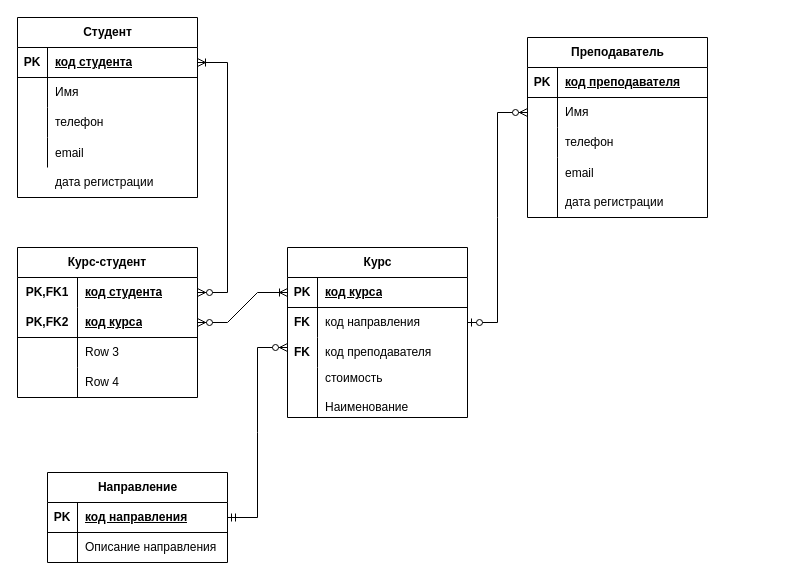
Before: components/Final - core data layer.drawio in vgnevyshev/dwh, a draw.io diagram. Source tidied: cells renumbered, new cells numbered last; positions are measured from the earlier drawing's top-left corner, leaving out a move shared by most shapes. Both pictures are drawn from the tidied source at 100%, with x=0, y=0 at pixel (17, 17).
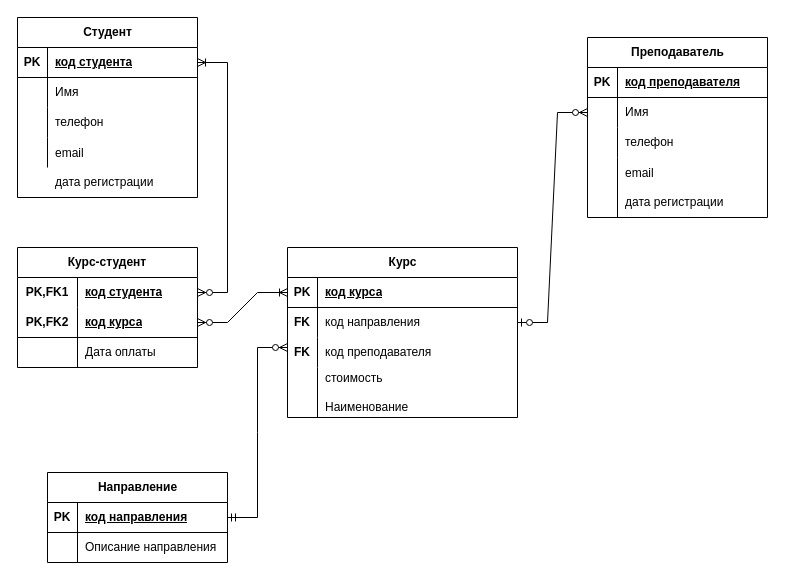
Above is the later version.

The change refers to these unchanged cells:
```xml
<mxCell id="56" style="shape=tableRow;horizontal=0;startSize=0;swimlaneHead=0;swimlaneBody=0;fillColor=none;top=0;left=0;right=0;bottom=0;html=1;" parent="49" vertex="1">
  <mxGeometry y="90" width="180" height="30" as="geometry" />
</mxCell>
```

The edit, as a diff of the source:
```diff
@@
     <mxCell id="15" value="Преподаватель" style="shape=table;startSize=30;childLayout=tableLayout;rowLines=0;fontStyle=1;align=center;html=1;" parent="1" vertex="1">
-      <mxGeometry x="510" y="20" width="180" height="180" as="geometry" />
+      <mxGeometry x="570" y="20" width="180" height="180" as="geometry" />
     </mxCell>
@@
     <mxCell id="28" value="Курс" style="shape=table;startSize=30;childLayout=tableLayout;rowLines=0;fontStyle=1;align=center;html=1;" parent="1" vertex="1">
-      <mxGeometry x="270" y="230" width="180" height="170" as="geometry" />
+      <mxGeometry x="270" y="230" width="230" height="170" as="geometry" />
     </mxCell>
     <mxCell id="29" style="shape=tableRow;horizontal=0;startSize=0;swimlaneHead=0;swimlaneBody=0;fillColor=none;points=[[0,0.5],[1,0.5]];portConstraint=eastwest;top=0;left=0;right=0;bottom=1;" parent="28" vertex="1">
-      <mxGeometry y="30" width="180" height="30" as="geometry" />
+      <mxGeometry y="30" width="230" height="30" as="geometry" />
     </mxCell>
@@
     <mxCell id="31" value="код курса" style="shape=partialRectangle;fillColor=none;top=0;left=0;bottom=0;right=0;align=left;spacingLeft=6;fontStyle=5;overflow=hidden;whiteSpace=wrap;html=1;" parent="29" vertex="1">
-      <mxGeometry x="30" width="150" height="30" as="geometry" />
+      <mxGeometry x="30" width="200" height="30" as="geometry" />
     </mxCell>
     <mxCell id="32" style="shape=tableRow;horizontal=0;startSize=0;swimlaneHead=0;swimlaneBody=0;fillColor=none;points=[[0,0.5],[1,0.5]];portConstraint=eastwest;top=0;left=0;right=0;bottom=0;" parent="28" vertex="1">
-      <mxGeometry y="60" width="180" height="30" as="geometry" />
+      <mxGeometry y="60" width="230" height="30" as="geometry" />
     </mxCell>
@@
     <mxCell id="34" value="код направления" style="shape=partialRectangle;fillColor=none;top=0;left=0;bottom=0;right=0;align=left;spacingLeft=6;overflow=hidden;whiteSpace=wrap;html=1;" parent="32" vertex="1">
-      <mxGeometry x="30" width="150" height="30" as="geometry" />
+      <mxGeometry x="30" width="200" height="30" as="geometry" />
     </mxCell>
     <mxCell id="35" style="shape=tableRow;horizontal=0;startSize=0;swimlaneHead=0;swimlaneBody=0;fillColor=none;top=0;left=0;right=0;bottom=0;" parent="28" vertex="1">
-      <mxGeometry y="90" width="180" height="30" as="geometry" />
+      <mxGeometry y="90" width="230" height="30" as="geometry" />
     </mxCell>
@@
     <mxCell id="37" value="код преподавателя" style="shape=partialRectangle;fillColor=none;top=0;left=0;bottom=0;right=0;align=left;spacingLeft=6;overflow=hidden;whiteSpace=wrap;html=1;" parent="35" vertex="1">
-      <mxGeometry x="30" width="150" height="30" as="geometry" />
+      <mxGeometry x="30" width="200" height="30" as="geometry" />
     </mxCell>
     <mxCell id="38" style="shape=tableRow;horizontal=0;startSize=0;swimlaneHead=0;swimlaneBody=0;fillColor=none;top=0;left=0;right=0;bottom=0;" parent="28" vertex="1">
-      <mxGeometry y="120" width="180" height="50" as="geometry" />
+      <mxGeometry y="120" width="230" height="50" as="geometry" />
     </mxCell>
@@
     <mxCell id="40" value="стоимость&lt;br&gt;&lt;br&gt;Наименование" style="shape=partialRectangle;fillColor=none;top=0;left=0;bottom=0;right=0;align=left;spacingLeft=6;overflow=hidden;whiteSpace=wrap;html=1;" parent="38" vertex="1">
-      <mxGeometry x="30" width="150" height="50" as="geometry" />
+      <mxGeometry x="30" width="200" height="50" as="geometry" />
     </mxCell>
@@
     <mxCell id="49" value="Курс-студент" style="shape=table;startSize=30;childLayout=tableLayout;rowLines=0;fontStyle=1;align=center;html=1;whiteSpace=wrap;" parent="1" vertex="1">
-      <mxGeometry y="230" width="180" height="150" as="geometry" />
+      <mxGeometry y="230" width="180" height="120" as="geometry" />
     </mxCell>
@@
-    <mxCell id="58" value="Row 3" style="shape=partialRectangle;fillColor=none;top=0;left=0;bottom=0;right=0;align=left;spacingLeft=6;overflow=hidden;html=1;whiteSpace=wrap;" parent="56" vertex="1">
+    <mxCell id="58" value="Дата оплаты" style="shape=partialRectangle;fillColor=none;top=0;left=0;bottom=0;right=0;align=left;spacingLeft=6;overflow=hidden;html=1;whiteSpace=wrap;" parent="56" vertex="1">
       <mxGeometry x="60" width="120" height="30" as="geometry" />
     </mxCell>
-    <mxCell id="59" style="shape=tableRow;horizontal=0;startSize=0;swimlaneHead=0;swimlaneBody=0;fillColor=none;top=0;left=0;right=0;bottom=0;html=1;" parent="49" vertex="1">
-      <mxGeometry y="120" width="180" height="30" as="geometry" />
-    </mxCell>
-    <mxCell id="60" style="shape=partialRectangle;fillColor=none;top=0;left=0;bottom=0;right=0;overflow=hidden;html=1;whiteSpace=wrap;" parent="59" vertex="1">
-      <mxGeometry width="60" height="30" as="geometry" />
-    </mxCell>
-    <mxCell id="61" value="Row 4" style="shape=partialRectangle;fillColor=none;top=0;left=0;bottom=0;right=0;align=left;spacingLeft=6;overflow=hidden;html=1;whiteSpace=wrap;" parent="59" vertex="1">
-      <mxGeometry x="60" width="120" height="30" as="geometry" />
-    </mxCell>
```
